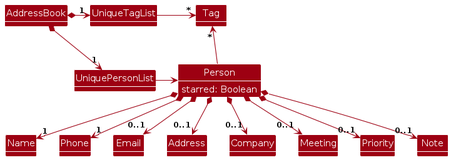
Earlier version of the PlantUML export diagrams/BetterModelClassDiagram.png (AY2324S2-CS2103T-F14-4/tp). Its source is kept beside it as diagrams/BetterModelClassDiagram.puml.
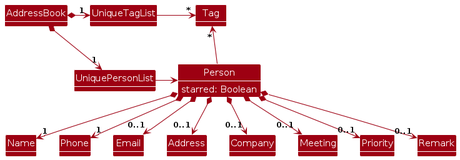
The same diagram one commit later.

Change to the diagram source:
```diff
@@ -26,6 +26,6 @@
 Person *--> "0..1" Company
 Person *--> "0..1" Meeting
 Person *--> "0..1" Priority
-Person *--> "0..1" Note
+Person *--> "0..1" Remark
 Person : starred: Boolean
 @enduml
```
